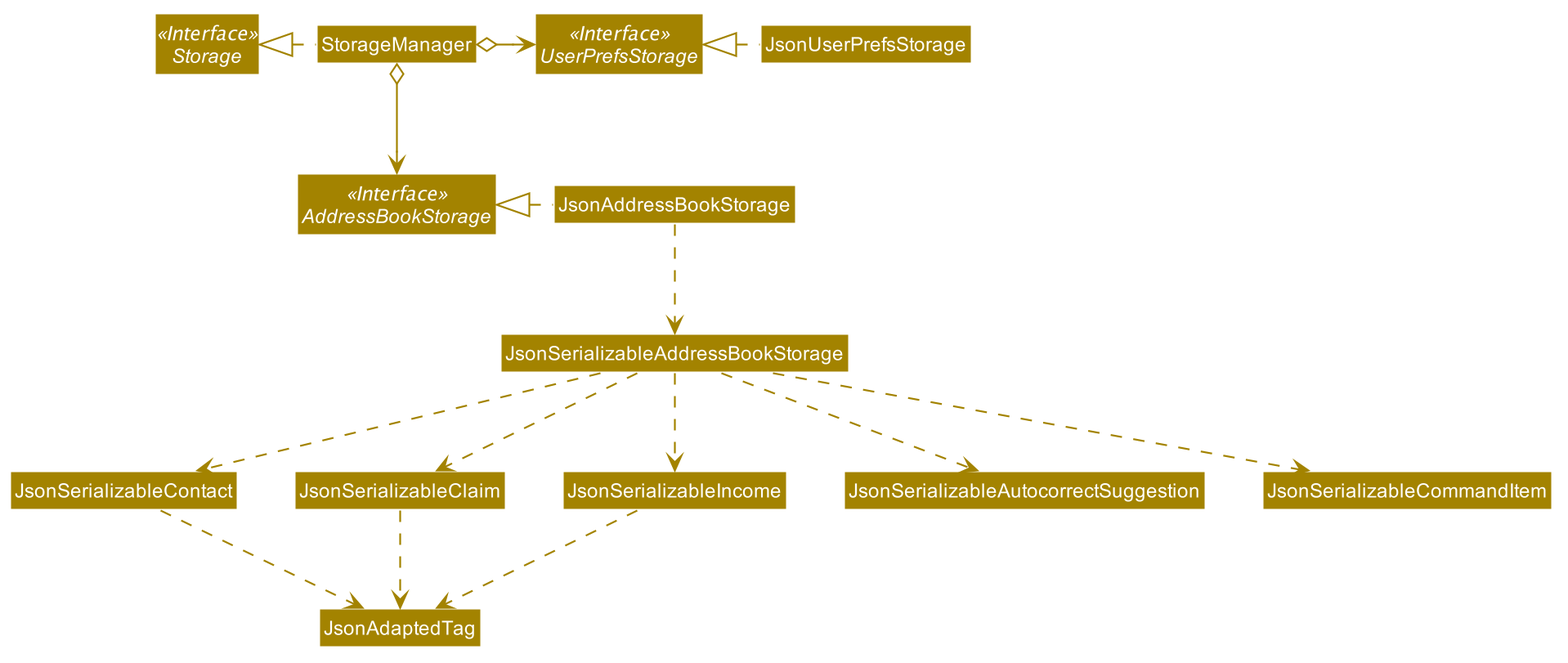
Earlier version of the PlantUML export images/StorageClassDiagram.png (AY1920S1-CS2103T-W12-1/main).
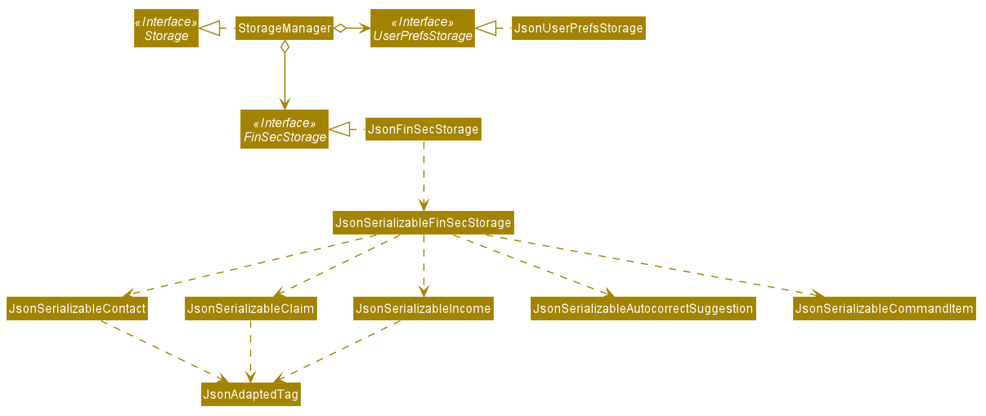
The same file after the commit.

The edit, as a diff of the source:
```diff
@@ -54,24 +54,24 @@
 
 Interface Storage <<Interface>>
 Interface UserPrefsStorage <<Interface>>
-Interface AddressBookStorage <<Interface>>
+Interface FinSecStorage <<Interface>>
 
 Class StorageManager
 Class JsonUserPrefsStorage
-Class JsonAddressBookStorage
+Class JsonFinSecStorage
 
 StorageManager .left.|> Storage
 StorageManager o-right-> UserPrefsStorage
-StorageManager o--> AddressBookStorage
+StorageManager o--> FinSecStorage
 
 JsonUserPrefsStorage .left.|> UserPrefsStorage
-JsonAddressBookStorage .left.|> AddressBookStorage
-JsonAddressBookStorage .down.> JsonSerializableAddressBookStorage
-JsonSerializableAddressBookStorage .down.> JsonSerializableContact
-JsonSerializableAddressBookStorage .down.> JsonSerializableClaim
-JsonSerializableAddressBookStorage .down.> JsonSerializableIncome
-JsonSerializableAddressBookStorage .down.> JsonSerializableAutocorrectSuggestion
-JsonSerializableAddressBookStorage .down.> JsonSerializableCommandItem
+JsonFinSecStorage .left.|> FinSecStorage
+JsonFinSecStorage .down.> JsonSerializableFinSecStorage
+JsonSerializableFinSecStorage .down.> JsonSerializableContact
+JsonSerializableFinSecStorage .down.> JsonSerializableClaim
+JsonSerializableFinSecStorage .down.> JsonSerializableIncome
+JsonSerializableFinSecStorage .down.> JsonSerializableAutocorrectSuggestion
+JsonSerializableFinSecStorage .down.> JsonSerializableCommandItem
 JsonSerializableContact .down.> JsonAdaptedTag
 JsonSerializableIncome .down.> JsonAdaptedTag
 JsonSerializableClaim .down.> JsonAdaptedTag
```
